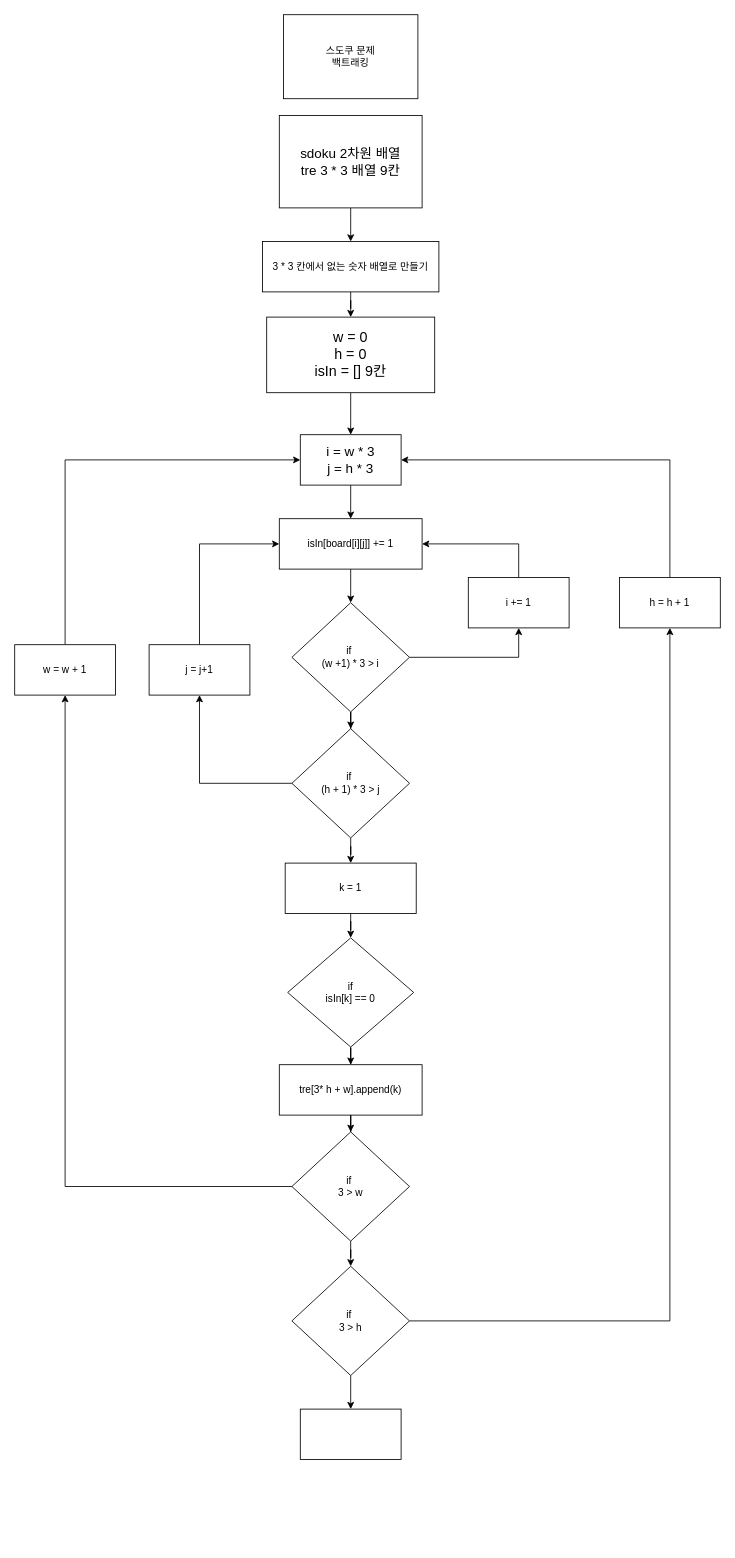
This is page "Page-1" (1 of 3) of 2580.drawio from justsicklife/flowchart, a draw.io file, before an edit. Source tidied: cells renumbered, new cells numbered last; positions are measured from the earlier drawing's top-left corner, leaving out a move shared by most shapes. Both pictures are drawn from the tidied source at 84%, with x=0, y=0 at pixel (14, 14).
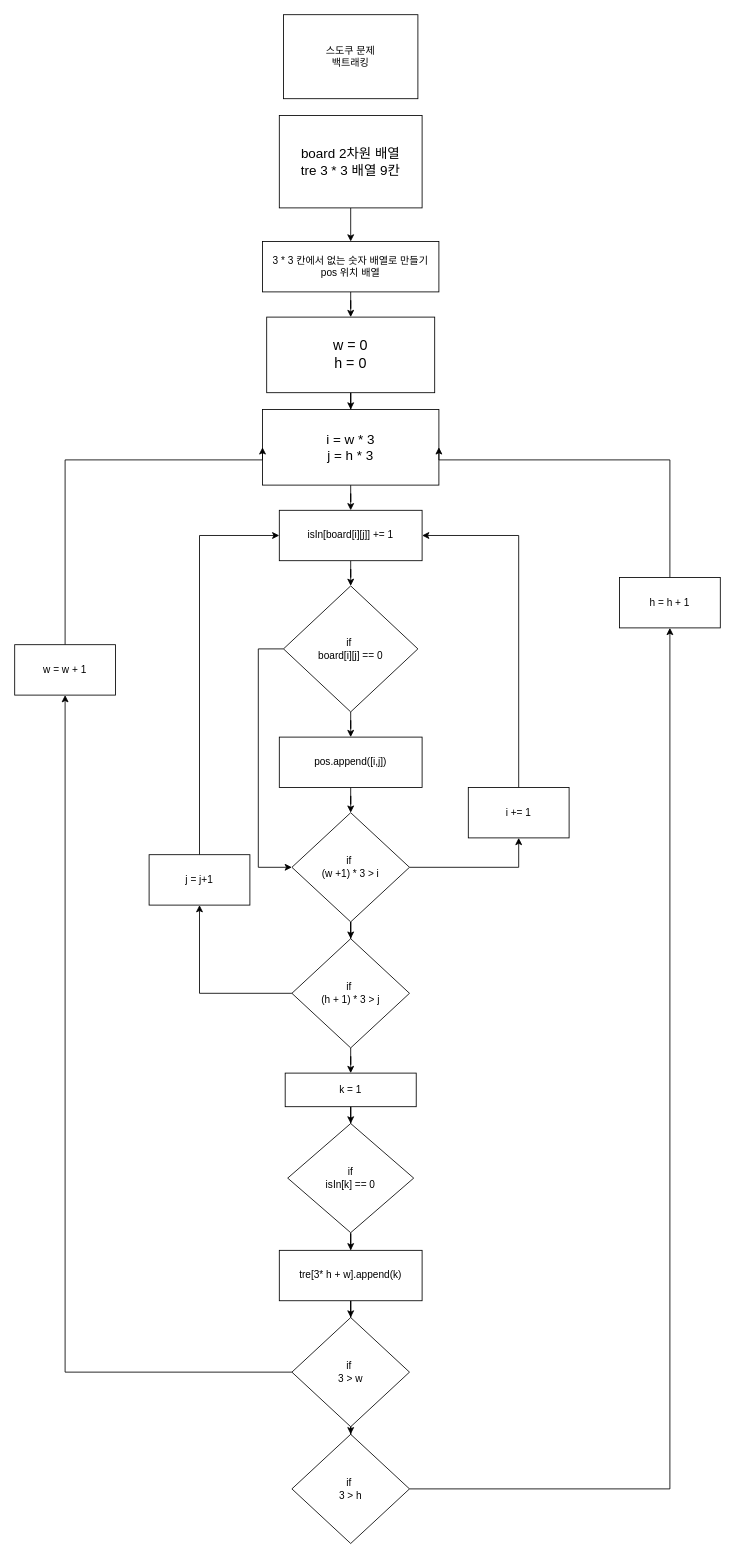
The same diagram, later.

Diff of the diagram source:
```diff
@@
-    <mxCell id="4" value="&lt;span style=&quot;font-size: 16px&quot;&gt;sdoku 2차원 배열&lt;br&gt;tre 3 * 3 배열 9칸&lt;br&gt;&lt;/span&gt;" style="rounded=0;whiteSpace=wrap;html=1;" parent="1" vertex="1">
+    <mxCell id="4" value="&lt;span style=&quot;font-size: 16px&quot;&gt;board 2차원 배열&lt;br&gt;tre 3 * 3 배열 9칸&lt;br&gt;&lt;/span&gt;" style="rounded=0;whiteSpace=wrap;html=1;" parent="1" vertex="1">
       <mxGeometry x="315" y="120" width="170" height="110" as="geometry" />
     </mxCell>
@@
-    <mxCell id="6" value="3 * 3 칸에서 없는 숫자 배열로 만들기" style="rounded=0;whiteSpace=wrap;html=1;" parent="1" vertex="1">
+    <mxCell id="6" value="3 * 3 칸에서 없는 숫자 배열로 만들기&lt;br&gt;pos 위치 배열" style="rounded=0;whiteSpace=wrap;html=1;" parent="1" vertex="1">
       <mxGeometry x="295" y="270" width="210" height="60" as="geometry" />
     </mxCell>
@@
-    <mxCell id="8" value="&lt;font style=&quot;font-size: 17px&quot;&gt;w = 0&lt;br&gt;h = 0&lt;br&gt;isIn = [] 9칸&lt;br&gt;&lt;/font&gt;" style="rounded=0;whiteSpace=wrap;html=1;" parent="1" vertex="1">
+    <mxCell id="8" value="&lt;font style=&quot;font-size: 17px&quot;&gt;w = 0&lt;br&gt;h = 0&lt;br&gt;&lt;/font&gt;" style="rounded=0;whiteSpace=wrap;html=1;" parent="1" vertex="1">
       <mxGeometry x="300" y="360" width="200" height="90" as="geometry" />
     </mxCell>
@@
     <mxCell id="10" value="&lt;font style=&quot;font-size: 16px&quot;&gt;i = w * 3&lt;br&gt;j = h * 3&lt;/font&gt;" style="rounded=0;whiteSpace=wrap;html=1;" parent="1" vertex="1">
-      <mxGeometry x="340" y="500" width="120" height="60" as="geometry" />
+      <mxGeometry x="295" y="470" width="210" height="90" as="geometry" />
     </mxCell>
-    <mxCell id="11" style="edgeStyle=orthogonalEdgeStyle;rounded=0;jettySize=auto;html=1;" parent="1" edge="1" source="12" target="15">
-      <mxGeometry relative="1" as="geometry" />
-    </mxCell>
+    <mxCell id="40" style="edgeStyle=orthogonalEdgeStyle;rounded=0;jettySize=auto;html=1;" parent="1" edge="1" source="12" target="43">
+      <mxGeometry relative="1" as="geometry" />
+    </mxCell>
     <mxCell id="12" value="isIn[board[i][j]] += 1" style="rounded=0;whiteSpace=wrap;html=1;" parent="1" vertex="1">
-      <mxGeometry x="315" y="600" width="170" height="60" as="geometry" />
+      <mxGeometry x="315" y="590" width="170" height="60" as="geometry" />
     </mxCell>
@@
     <mxCell id="15" value="if&amp;nbsp;&lt;br&gt;(w +1) * 3 &amp;gt; i" style="rhombus;whiteSpace=wrap;html=1;" parent="1" vertex="1">
-      <mxGeometry x="330" y="700" width="140" height="130" as="geometry" />
+      <mxGeometry x="330" y="950" width="140" height="130" as="geometry" />
     </mxCell>
@@
     <mxCell id="17" value="i += 1" style="rounded=0;whiteSpace=wrap;html=1;" parent="1" vertex="1">
-      <mxGeometry x="540" y="670" width="120" height="60" as="geometry" />
+      <mxGeometry x="540" y="920" width="120" height="60" as="geometry" />
     </mxCell>
@@
     <mxCell id="20" value="if&amp;nbsp;&lt;br&gt;(h + 1) * 3 &amp;gt; j" style="rhombus;whiteSpace=wrap;html=1;" parent="1" vertex="1">
-      <mxGeometry x="330" y="850" width="140" height="130" as="geometry" />
+      <mxGeometry x="330" y="1100" width="140" height="130" as="geometry" />
     </mxCell>
     <mxCell id="21" style="edgeStyle=orthogonalEdgeStyle;rounded=0;jettySize=auto;html=1;entryX=0;entryY=0.5;entryDx=0;entryDy=0;" parent="1" edge="1" source="22" target="12">
       <mxGeometry relative="1" as="geometry">
         <Array as="points">
-          <mxPoint x="220" y="630" />
+          <mxPoint x="220" y="620" />
         </Array>
       </mxGeometry>
     </mxCell>
     <mxCell id="22" value="j = j+1" style="rounded=0;whiteSpace=wrap;html=1;" parent="1" vertex="1">
-      <mxGeometry x="160" y="750" width="120" height="60" as="geometry" />
+      <mxGeometry x="160" y="1000" width="120" height="60" as="geometry" />
     </mxCell>
@@
     <mxCell id="25" value="if&amp;nbsp;&lt;br&gt;3 &amp;gt; w" style="rhombus;whiteSpace=wrap;html=1;" parent="1" vertex="1">
-      <mxGeometry x="330" y="1330" width="140" height="130" as="geometry" />
+      <mxGeometry x="330" y="1551" width="140" height="130" as="geometry" />
     </mxCell>
@@
-    <mxCell id="27" style="edgeStyle=orthogonalEdgeStyle;rounded=0;jettySize=auto;html=1;" parent="1" edge="1" source="28" target="39">
-      <mxGeometry relative="1" as="geometry" />
-    </mxCell>
     <mxCell id="28" value="if&amp;nbsp;&lt;br&gt;3 &amp;gt; h" style="rhombus;whiteSpace=wrap;html=1;" parent="1" vertex="1">
-      <mxGeometry x="330" y="1490" width="140" height="130" as="geometry" />
+      <mxGeometry x="330" y="1690" width="140" height="130" as="geometry" />
     </mxCell>
@@
     <mxCell id="34" value="k = 1" style="rounded=0;whiteSpace=wrap;html=1;" parent="1" vertex="1">
-      <mxGeometry x="322" y="1010" width="156" height="60" as="geometry" />
+      <mxGeometry x="322" y="1260" width="156" height="40" as="geometry" />
     </mxCell>
@@
     <mxCell id="36" value="if&lt;br&gt;isIn[k] == 0" style="rhombus;whiteSpace=wrap;html=1;" parent="1" vertex="1">
-      <mxGeometry x="325" y="1099" width="150" height="130" as="geometry" />
+      <mxGeometry x="325" y="1320" width="150" height="130" as="geometry" />
     </mxCell>
@@
     <mxCell id="38" value="tre[3* h + w].append(k)" style="rounded=0;whiteSpace=wrap;html=1;" parent="1" vertex="1">
-      <mxGeometry x="315" y="1250" width="170" height="60" as="geometry" />
+      <mxGeometry x="315" y="1471" width="170" height="60" as="geometry" />
     </mxCell>
-    <mxCell id="39" style="rounded=0;whiteSpace=wrap;html=1;" parent="1" vertex="1">
-      <mxGeometry x="340" y="1660" width="120" height="60" as="geometry" />
-    </mxCell>
+    <mxCell id="41" style="edgeStyle=orthogonalEdgeStyle;rounded=0;jettySize=auto;html=1;" parent="1" edge="1" source="43" target="45">
+      <mxGeometry relative="1" as="geometry" />
+    </mxCell>
+    <mxCell id="42" style="edgeStyle=orthogonalEdgeStyle;rounded=0;jettySize=auto;html=1;entryX=0;entryY=0.5;entryDx=0;entryDy=0;" parent="1" edge="1" source="43" target="15">
+      <mxGeometry relative="1" as="geometry">
+        <Array as="points">
+          <mxPoint x="290" y="755" />
+          <mxPoint x="290" y="1015" />
+        </Array>
+      </mxGeometry>
+    </mxCell>
+    <mxCell id="43" value="if&amp;nbsp;&lt;br&gt;board[i][j] == 0" style="rhombus;whiteSpace=wrap;html=1;" parent="1" vertex="1">
+      <mxGeometry x="320" y="680" width="160" height="150" as="geometry" />
+    </mxCell>
+    <mxCell id="44" style="edgeStyle=orthogonalEdgeStyle;rounded=0;jettySize=auto;html=1;" parent="1" edge="1" source="45" target="15">
+      <mxGeometry relative="1" as="geometry" />
+    </mxCell>
+    <mxCell id="45" value="pos.append([i,j])" style="rounded=0;whiteSpace=wrap;html=1;" parent="1" vertex="1">
+      <mxGeometry x="315" y="860" width="170" height="60" as="geometry" />
+    </mxCell>
```
